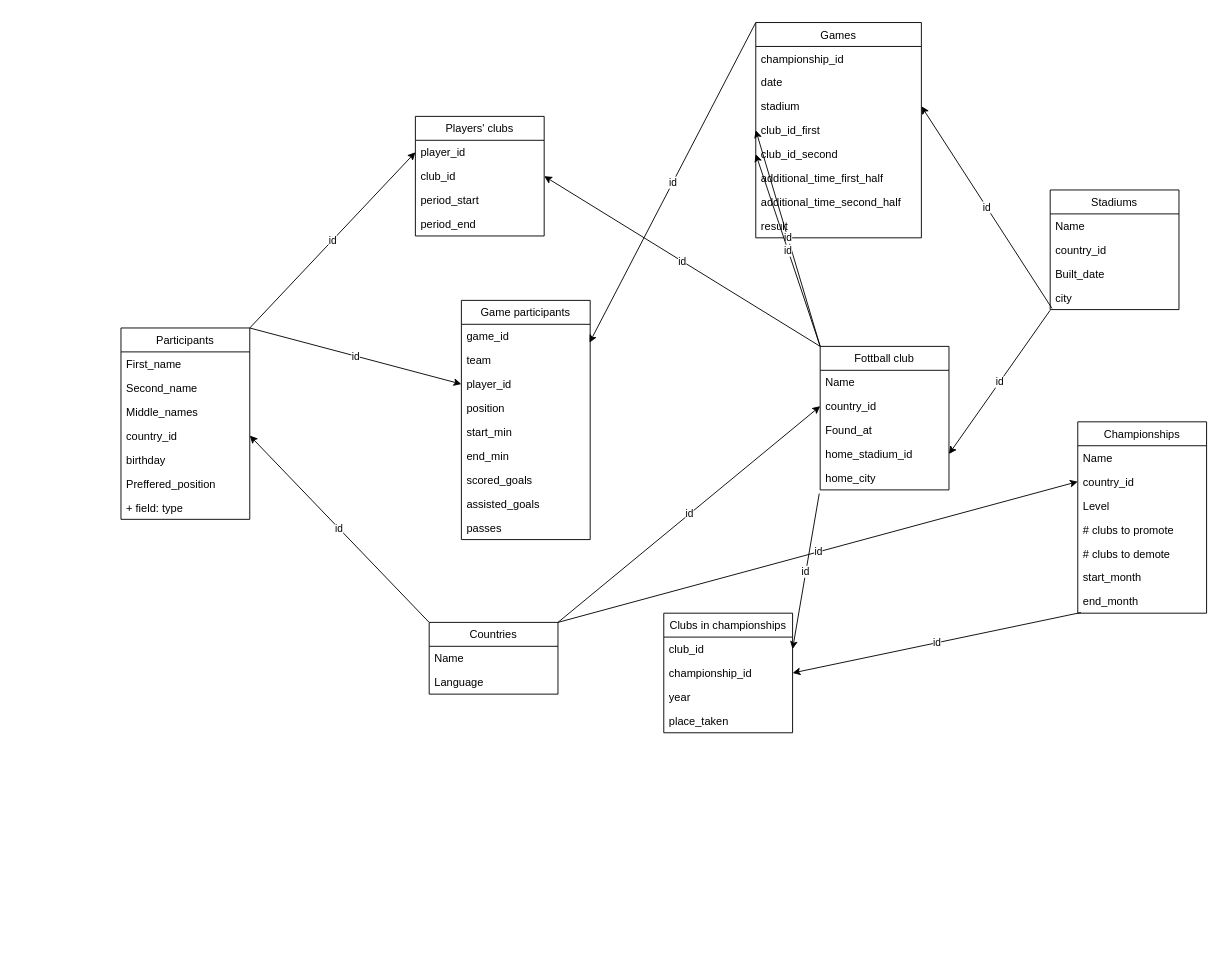
Earlier version of the draw.io diagram SQL_prj.drawio (RVdeported/MySQL_basic). Source tidied: cells renumbered, new cells numbered last; positions are measured from the earlier drawing's top-left corner, leaving out a move shared by most shapes. Both pictures are drawn from the tidied source at 92%, with x=0, y=0 at pixel (121, 22).
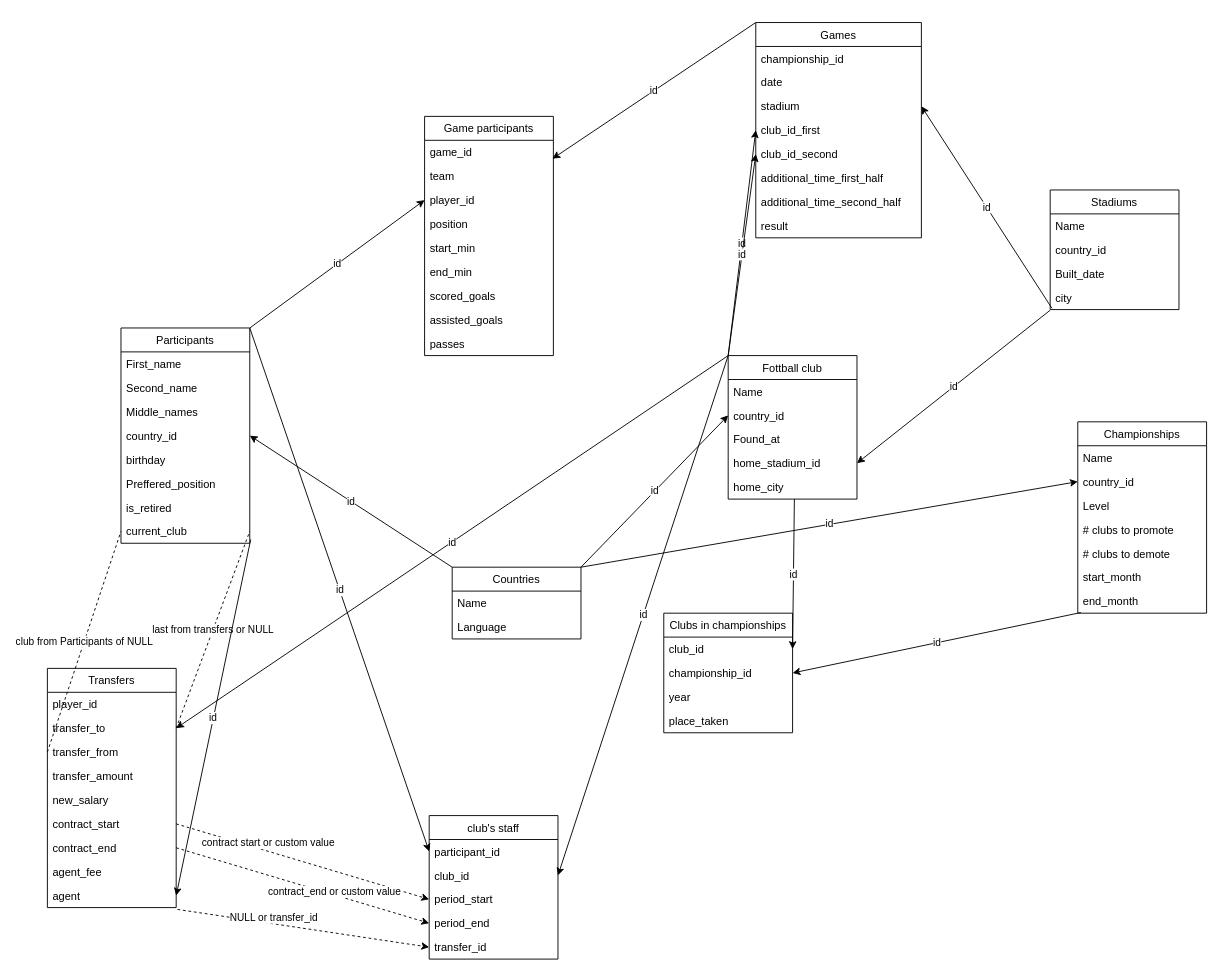
The same page after the edit.

Commit message:
Update SQL_prj_v3

Unchanged cells that the change refers to:
```xml
<mxCell id="7" value="home_city" style="text;strokeColor=none;fillColor=none;align=left;verticalAlign=top;spacingLeft=4;spacingRight=4;overflow=hidden;points=[[0,0.5],[1,0.5]];portConstraint=eastwest;" parent="2" vertex="1">
  <mxGeometry y="130" width="140" height="26" as="geometry" />
</mxCell>
<mxCell id="19" value="period_start" style="text;strokeColor=none;fillColor=none;align=left;verticalAlign=top;spacingLeft=4;spacingRight=4;overflow=hidden;points=[[0,0.5],[1,0.5]];portConstraint=eastwest;" parent="16" vertex="1">
  <mxGeometry y="78" width="140" height="26" as="geometry" />
</mxCell>
<mxCell id="20" value="period_end" style="text;strokeColor=none;fillColor=none;align=left;verticalAlign=top;spacingLeft=4;spacingRight=4;overflow=hidden;points=[[0,0.5],[1,0.5]];portConstraint=eastwest;" parent="16" vertex="1">
  <mxGeometry y="104" width="140" height="26" as="geometry" />
</mxCell>
<mxCell id="38" value="club_id" style="text;strokeColor=none;fillColor=none;align=left;verticalAlign=top;spacingLeft=4;spacingRight=4;overflow=hidden;points=[[0,0.5],[1,0.5]];portConstraint=eastwest;" parent="37" vertex="1">
  <mxGeometry y="26" width="140" height="26" as="geometry" />
</mxCell>
<mxCell id="44" value="Games" style="swimlane;fontStyle=0;horizontal=1;startSize=26;fillColor=none;" parent="1" vertex="1">
  <mxGeometry x="690" width="180" height="234" as="geometry" />
</mxCell>
<mxCell id="63" value="game_id" style="text;strokeColor=none;fillColor=none;align=left;verticalAlign=top;spacingLeft=4;spacingRight=4;overflow=hidden;points=[[0,0.5],[1,0.5]];portConstraint=eastwest;" parent="62" vertex="1">
  <mxGeometry y="26" width="140" height="26" as="geometry" />
</mxCell>
```

The edit, as a diff of the source:
```diff
@@
     <mxCell id="2" value="Fottball club" style="swimlane;fontStyle=0;horizontal=1;startSize=26;fillColor=none;" parent="1" vertex="1">
-      <mxGeometry x="760" y="352" width="140" height="156" as="geometry" />
+      <mxGeometry x="660" y="362" width="140" height="156" as="geometry" />
     </mxCell>
@@
     <mxCell id="8" value="Participants" style="swimlane;fontStyle=0;horizontal=1;startSize=26;fillColor=none;" parent="1" vertex="1">
-      <mxGeometry y="332" width="140" height="208" as="geometry" />
+      <mxGeometry y="332" width="140" height="234" as="geometry" />
     </mxCell>
@@
-    <mxCell id="15" value="+ field: type" style="text;strokeColor=none;fillColor=none;align=left;verticalAlign=top;spacingLeft=4;spacingRight=4;overflow=hidden;" parent="8" vertex="1">
+    <mxCell id="15" value="is_retired" style="text;strokeColor=none;fillColor=none;align=left;verticalAlign=top;spacingLeft=4;spacingRight=4;overflow=hidden;" parent="8" vertex="1">
       <mxGeometry y="182" width="140" height="26" as="geometry" />
     </mxCell>
+    <mxCell id="74" value="current_club" style="text;strokeColor=none;fillColor=none;align=left;verticalAlign=top;spacingLeft=4;spacingRight=4;overflow=hidden;points=[[0,0.5],[1,0.5]];portConstraint=eastwest;" parent="8" vertex="1">
+      <mxGeometry y="208" width="140" height="26" as="geometry" />
+    </mxCell>
-    <mxCell id="16" value="Players' clubs" style="swimlane;fontStyle=0;horizontal=1;startSize=26;fillColor=none;" parent="1" vertex="1">
-      <mxGeometry x="320" y="102" width="140" height="130" as="geometry" />
+    <mxCell id="16" value="club's staff" style="swimlane;fontStyle=0;horizontal=1;startSize=26;fillColor=none;" parent="1" vertex="1">
+      <mxGeometry x="335" y="862" width="140" height="156" as="geometry" />
     </mxCell>
-    <mxCell id="17" value="player_id" style="text;strokeColor=none;fillColor=none;align=left;verticalAlign=top;spacingLeft=4;spacingRight=4;overflow=hidden;points=[[0,0.5],[1,0.5]];portConstraint=eastwest;" parent="16" vertex="1">
+    <mxCell id="17" value="participant_id" style="text;strokeColor=none;fillColor=none;align=left;verticalAlign=top;spacingLeft=4;spacingRight=4;overflow=hidden;points=[[0,0.5],[1,0.5]];portConstraint=eastwest;" parent="16" vertex="1">
       <mxGeometry y="26" width="140" height="26" as="geometry" />
     </mxCell>
@@
+    <mxCell id="75" value="transfer_id" style="text;strokeColor=none;fillColor=none;align=left;verticalAlign=top;spacingLeft=4;spacingRight=4;overflow=hidden;points=[[0,0.5],[1,0.5]];portConstraint=eastwest;" parent="16" vertex="1">
+      <mxGeometry y="130" width="140" height="26" as="geometry" />
+    </mxCell>
@@
     <mxCell id="23" value="Countries" style="swimlane;fontStyle=0;horizontal=1;startSize=26;fillColor=none;" parent="1" vertex="1">
-      <mxGeometry x="335" y="652" width="140" height="78" as="geometry" />
+      <mxGeometry x="360" y="592" width="140" height="78" as="geometry" />
     </mxCell>
@@
-    <mxCell id="43" value="id" style="endArrow=classic;html=1;entryX=1;entryY=0.5;entryDx=0;entryDy=0;" parent="1" edge="1" target="38">
-      <mxGeometry relative="1" as="geometry">
-        <mxPoint x="759" y="512" as="sourcePoint" />
-      </mxGeometry>
+    <mxCell id="43" value="id" style="endArrow=classic;html=1;entryX=1;entryY=0.5;entryDx=0;entryDy=0;exitX=0.514;exitY=1;exitDx=0;exitDy=0;exitPerimeter=0;" parent="1" edge="1" source="7" target="38">
+      <mxGeometry relative="1" as="geometry" />
     </mxCell>
@@
     <mxCell id="62" value="Game participants" style="swimlane;fontStyle=0;horizontal=1;startSize=26;fillColor=none;" parent="1" vertex="1">
-      <mxGeometry x="370" y="302" width="140" height="260" as="geometry" />
+      <mxGeometry x="330" y="102" width="140" height="260" as="geometry" />
     </mxCell>
@@
-    <mxCell id="72" value="id" style="endArrow=classic;html=1;exitX=0;exitY=0;exitDx=0;exitDy=0;entryX=0.995;entryY=0.769;entryDx=0;entryDy=0;entryPerimeter=0;" parent="1" edge="1" source="44" target="63">
-      <mxGeometry relative="1" as="geometry" />
+    <mxCell id="72" value="id" style="endArrow=classic;html=1;exitX=0;exitY=0;exitDx=0;exitDy=0;" parent="1" edge="1" source="44">
+      <mxGeometry relative="1" as="geometry">
+        <mxPoint x="469" y="148" as="targetPoint" />
+      </mxGeometry>
     </mxCell>
@@
+    <mxCell id="76" value="Transfers" style="swimlane;fontStyle=0;horizontal=1;startSize=26;fillColor=none;" parent="1" vertex="1">
+      <mxGeometry x="-80" y="702" width="140" height="260" as="geometry" />
+    </mxCell>
+    <mxCell id="77" value="player_id" style="text;strokeColor=none;fillColor=none;align=left;verticalAlign=top;spacingLeft=4;spacingRight=4;overflow=hidden;" parent="76" vertex="1">
+      <mxGeometry y="26" width="140" height="26" as="geometry" />
+    </mxCell>
+    <mxCell id="78" value="transfer_to" style="text;strokeColor=none;fillColor=none;align=left;verticalAlign=top;spacingLeft=4;spacingRight=4;overflow=hidden;points=[[0,0.5],[1,0.5]];portConstraint=eastwest;" parent="76" vertex="1">
+      <mxGeometry y="52" width="140" height="26" as="geometry" />
+    </mxCell>
+    <mxCell id="79" value="transfer_from" style="text;strokeColor=none;fillColor=none;align=left;verticalAlign=top;spacingLeft=4;spacingRight=4;overflow=hidden;points=[[0,0.5],[1,0.5]];portConstraint=eastwest;" parent="76" vertex="1">
+      <mxGeometry y="78" width="140" height="26" as="geometry" />
+    </mxCell>
+    <mxCell id="80" value="transfer_amount" style="text;strokeColor=none;fillColor=none;align=left;verticalAlign=top;spacingLeft=4;spacingRight=4;overflow=hidden;" parent="76" vertex="1">
+      <mxGeometry y="104" width="140" height="26" as="geometry" />
+    </mxCell>
+    <mxCell id="81" value="new_salary" style="text;strokeColor=none;fillColor=none;align=left;verticalAlign=top;spacingLeft=4;spacingRight=4;overflow=hidden;" parent="76" vertex="1">
+      <mxGeometry y="130" width="140" height="26" as="geometry" />
+    </mxCell>
+    <mxCell id="82" value="contract_start" style="text;strokeColor=none;fillColor=none;align=left;verticalAlign=top;spacingLeft=4;spacingRight=4;overflow=hidden;points=[[0,0.5],[1,0.5]];portConstraint=eastwest;" parent="76" vertex="1">
+      <mxGeometry y="156" width="140" height="26" as="geometry" />
+    </mxCell>
+    <mxCell id="83" value="contract_end" style="text;strokeColor=none;fillColor=none;align=left;verticalAlign=top;spacingLeft=4;spacingRight=4;overflow=hidden;points=[[0,0.5],[1,0.5]];portConstraint=eastwest;" parent="76" vertex="1">
+      <mxGeometry y="182" width="140" height="26" as="geometry" />
+    </mxCell>
+    <mxCell id="84" value="agent_fee" style="text;strokeColor=none;fillColor=none;align=left;verticalAlign=top;spacingLeft=4;spacingRight=4;overflow=hidden;" parent="76" vertex="1">
+      <mxGeometry y="208" width="140" height="26" as="geometry" />
+    </mxCell>
+    <mxCell id="85" value="agent" style="text;strokeColor=none;fillColor=none;align=left;verticalAlign=top;spacingLeft=4;spacingRight=4;overflow=hidden;points=[[0,0.5],[1,0.5]];portConstraint=eastwest;" parent="76" vertex="1">
+      <mxGeometry y="234" width="140" height="26" as="geometry" />
+    </mxCell>
+    <mxCell id="86" value="id" style="endArrow=classic;html=1;exitX=0;exitY=0;exitDx=0;exitDy=0;entryX=1;entryY=0.5;entryDx=0;entryDy=0;" parent="1" edge="1" source="2" target="78">
+      <mxGeometry relative="1" as="geometry" />
+    </mxCell>
+    <mxCell id="87" value="last from transfers or NULL" style="endArrow=none;dashed=1;html=1;exitX=1;exitY=0.5;exitDx=0;exitDy=0;entryX=1;entryY=0.5;entryDx=0;entryDy=0;" parent="1" edge="1" source="78" target="74">
+      <mxGeometry relative="1" as="geometry" />
+    </mxCell>
+    <mxCell id="88" value="club from Participants of NULL" style="endArrow=none;dashed=1;html=1;exitX=0;exitY=0.5;exitDx=0;exitDy=0;entryX=0;entryY=0.5;entryDx=0;entryDy=0;" parent="1" edge="1" source="79" target="74">
+      <mxGeometry relative="1" as="geometry" />
+    </mxCell>
+    <mxCell id="89" value="id" style="endArrow=classic;html=1;entryX=1;entryY=0.5;entryDx=0;entryDy=0;" parent="1" edge="1" target="85">
+      <mxGeometry relative="1" as="geometry">
+        <mxPoint x="141" y="562" as="sourcePoint" />
+      </mxGeometry>
+    </mxCell>
+    <mxCell id="90" value="contract start or custom value" style="endArrow=classic;dashed=1;html=1;exitX=1;exitY=0.5;exitDx=0;exitDy=0;entryX=0;entryY=0.5;entryDx=0;entryDy=0;endFill=1;" parent="1" edge="1" source="82" target="19">
+      <mxGeometry x="-0.29" y="8" relative="1" as="geometry" />
+    </mxCell>
+    <mxCell id="91" value="contract_end or custom value" style="endArrow=classic;dashed=1;html=1;exitX=1;exitY=0.5;exitDx=0;exitDy=0;entryX=0;entryY=0.5;entryDx=0;entryDy=0;strokeWidth=1;startArrow=none;startFill=0;endFill=1;" parent="1" edge="1" source="83" target="20">
+      <mxGeometry x="0.25" y="3" relative="1" as="geometry" />
+    </mxCell>
+    <mxCell id="92" value="NULL or transfer_id" style="endArrow=classic;dashed=1;html=1;exitX=1.01;exitY=1.077;exitDx=0;exitDy=0;entryX=0;entryY=0.5;entryDx=0;entryDy=0;strokeWidth=1;startArrow=none;startFill=0;endFill=1;exitPerimeter=0;" parent="1" edge="1" source="85" target="75">
+      <mxGeometry x="-0.24" y="8" relative="1" as="geometry">
+        <mxPoint y="1" as="offset" />
+      </mxGeometry>
+    </mxCell>
```
